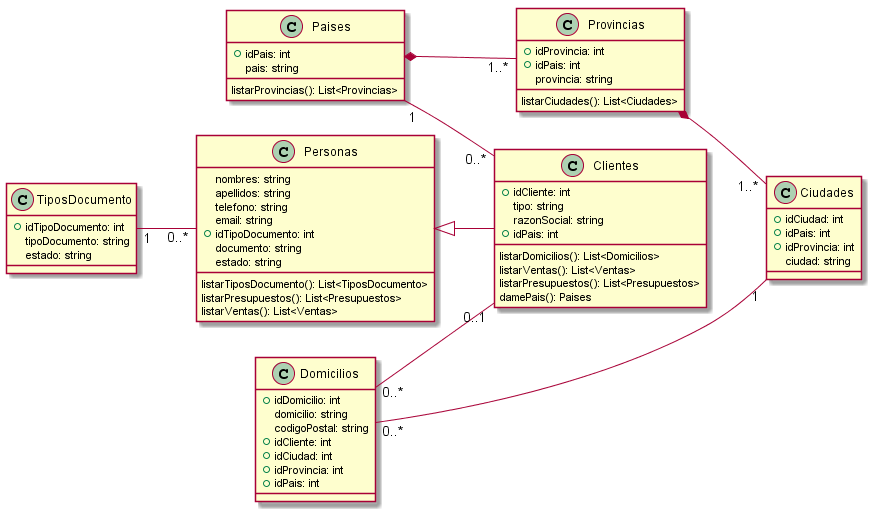
This is Informe Final/Imagenes/DiagramaClases/Vistas/vistaClientes.png from ZMGestion/DocumentacionZMGestion, a PlantUML export, as it was before one commit.
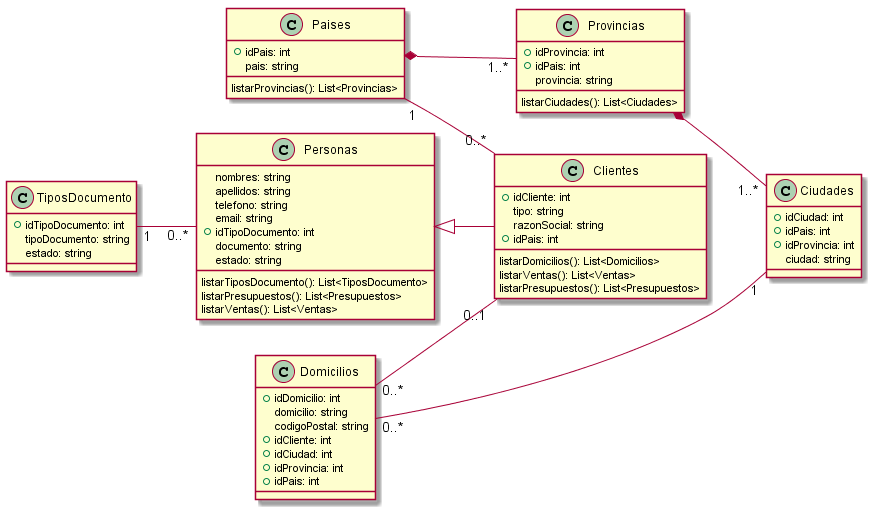
Later version of the same file.

Change to the diagram source:
```diff
@@ -21,7 +21,6 @@
     listarDomicilios(): List<Domicilios>
     listarVentas(): List<Ventas>
     listarPresupuestos(): List<Presupuestos>
-    damePais(): Paises
 }
 class TiposDocumento{
    +idTipoDocumento: int
```
